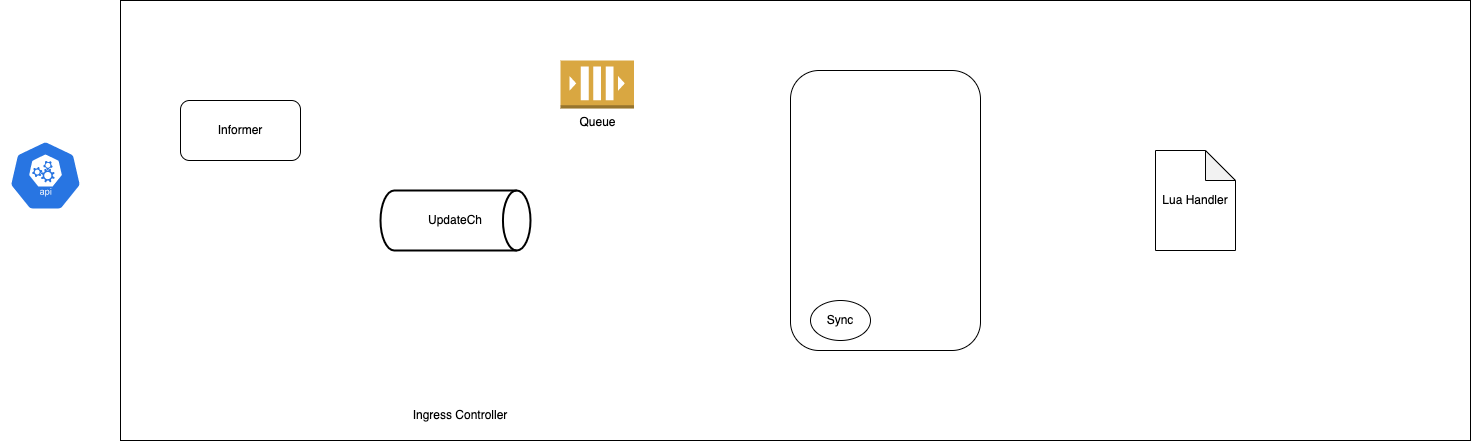
Above: diagrams/ingress-nginx-controller.png in kbsonlong/notes_statics (draw.io), before the change. Source tidied: cells renumbered, new cells last; positions are measured from the earlier drawing's top-left corner, leaving out a move shared by most shapes. The source it was exported from:
```xml
<mxGraphModel>
  <root>
    <mxCell id="0" />
    <mxCell id="1" parent="0" />
    <mxCell id="2" style="rounded=0;whiteSpace=wrap;html=1;" parent="1" vertex="1">
      <mxGeometry x="120" width="1350" height="440" as="geometry" />
    </mxCell>
    <mxCell id="3" style="sketch=0;html=1;dashed=0;whitespace=wrap;fillColor=#2875E2;strokeColor=#ffffff;shape=mxgraph.kubernetes.icon;prIcon=api;" parent="1" vertex="1">
      <mxGeometry y="140" width="90" height="70" as="geometry" />
    </mxCell>
    <mxCell id="4" value="Ingress Controller" style="text;html=1;strokeColor=none;fillColor=none;align=center;verticalAlign=middle;whiteSpace=wrap;rounded=0;" parent="1" vertex="1">
      <mxGeometry x="400" y="400" width="120" height="30" as="geometry" />
    </mxCell>
    <mxCell id="5" value="Informer" style="rounded=1;whiteSpace=wrap;html=1;" parent="1" vertex="1">
      <mxGeometry x="180" y="100" width="120" height="60" as="geometry" />
    </mxCell>
    <mxCell id="6" value="UpdateCh" style="strokeWidth=2;html=1;shape=mxgraph.flowchart.direct_data;whiteSpace=wrap;" parent="1" vertex="1">
      <mxGeometry x="380" y="190" width="150" height="60" as="geometry" />
    </mxCell>
    <mxCell id="7" value="Queue" style="outlineConnect=0;dashed=0;verticalLabelPosition=bottom;verticalAlign=top;align=center;html=1;shape=mxgraph.aws3.queue;fillColor=#D9A741;gradientColor=none;" parent="1" vertex="1">
      <mxGeometry x="560" y="60" width="73.5" height="48" as="geometry" />
    </mxCell>
    <mxCell id="8" style="rounded=1;whiteSpace=wrap;html=1;" parent="1" vertex="1">
      <mxGeometry x="790" y="70" width="190" height="280" as="geometry" />
    </mxCell>
    <mxCell id="9" value="Sync" style="ellipse;whiteSpace=wrap;html=1;" parent="1" vertex="1">
      <mxGeometry x="810" y="300" width="60" height="40" as="geometry" />
    </mxCell>
    <mxCell id="10" value="Lua Handler" style="shape=note;whiteSpace=wrap;html=1;backgroundOutline=1;darkOpacity=0.05;" parent="1" vertex="1">
      <mxGeometry x="1155" y="150" width="80" height="100" as="geometry" />
    </mxCell>
  </root>
</mxGraphModel>
```
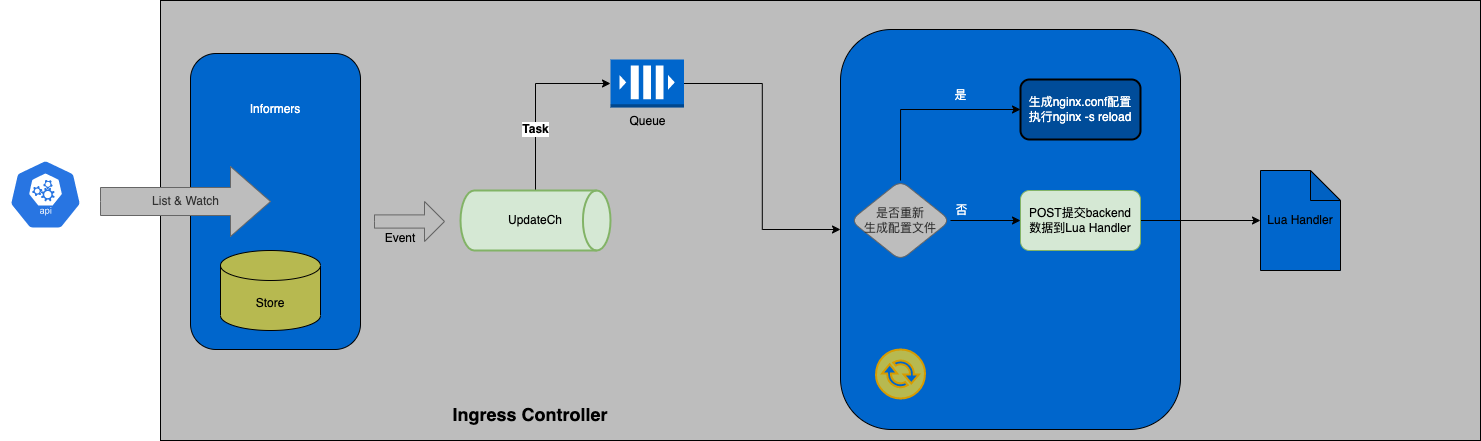
The same diagram one commit later.

The edit, as a diff of the source:
```diff
@@ -2,32 +2,81 @@
   <root>
     <mxCell id="0" />
     <mxCell id="1" parent="0" />
-    <mxCell id="2" style="rounded=0;whiteSpace=wrap;html=1;" parent="1" vertex="1">
-      <mxGeometry x="120" width="1350" height="440" as="geometry" />
+    <mxCell id="2" style="rounded=0;whiteSpace=wrap;html=1;fillColor=#BDBDBD;" parent="1" vertex="1">
+      <mxGeometry x="110" y="1" width="1320" height="440" as="geometry" />
     </mxCell>
     <mxCell id="3" style="sketch=0;html=1;dashed=0;whitespace=wrap;fillColor=#2875E2;strokeColor=#ffffff;shape=mxgraph.kubernetes.icon;prIcon=api;" parent="1" vertex="1">
-      <mxGeometry y="140" width="90" height="70" as="geometry" />
+      <mxGeometry x="-50" y="160" width="90" height="70" as="geometry" />
     </mxCell>
-    <mxCell id="4" value="Ingress Controller" style="text;html=1;strokeColor=none;fillColor=none;align=center;verticalAlign=middle;whiteSpace=wrap;rounded=0;" parent="1" vertex="1">
-      <mxGeometry x="400" y="400" width="120" height="30" as="geometry" />
+    <mxCell id="4" value="&lt;b&gt;&lt;font style=&quot;font-size: 18px;&quot;&gt;Ingress Controller&lt;/font&gt;&lt;/b&gt;" style="text;html=1;strokeColor=none;fillColor=none;align=center;verticalAlign=middle;whiteSpace=wrap;rounded=0;" parent="1" vertex="1">
+      <mxGeometry x="400" y="400" width="160" height="30" as="geometry" />
     </mxCell>
-    <mxCell id="5" value="Informer" style="rounded=1;whiteSpace=wrap;html=1;" parent="1" vertex="1">
-      <mxGeometry x="180" y="100" width="120" height="60" as="geometry" />
+    <mxCell id="5" style="rounded=1;whiteSpace=wrap;html=1;fillColor=#0066CC;" parent="1" vertex="1">
+      <mxGeometry x="140" y="54" width="170" height="296" as="geometry" />
     </mxCell>
+    <mxCell id="11" value="&lt;b&gt;Task&lt;/b&gt;" style="edgeStyle=orthogonalEdgeStyle;rounded=0;jettySize=auto;html=1;entryX=0;entryY=0.5;entryDx=0;entryDy=0;entryPerimeter=0;fontColor=#000000;" parent="1" edge="1" source="6" target="7">
+      <mxGeometry x="-0.33" relative="1" as="geometry" />
+    </mxCell>
-    <mxCell id="6" value="UpdateCh" style="strokeWidth=2;html=1;shape=mxgraph.flowchart.direct_data;whiteSpace=wrap;" parent="1" vertex="1">
-      <mxGeometry x="380" y="190" width="150" height="60" as="geometry" />
+    <mxCell id="6" value="UpdateCh" style="strokeWidth=2;html=1;shape=mxgraph.flowchart.direct_data;whiteSpace=wrap;fillColor=#d5e8d4;strokeColor=#82b366;" parent="1" vertex="1">
+      <mxGeometry x="410" y="191" width="150" height="60" as="geometry" />
     </mxCell>
+    <mxCell id="12" style="edgeStyle=orthogonalEdgeStyle;rounded=0;jettySize=auto;html=1;entryX=0;entryY=0.5;entryDx=0;entryDy=0;fontSize=18;fontColor=#000000;" parent="1" edge="1" source="7" target="8">
+      <mxGeometry relative="1" as="geometry" />
+    </mxCell>
-    <mxCell id="7" value="Queue" style="outlineConnect=0;dashed=0;verticalLabelPosition=bottom;verticalAlign=top;align=center;html=1;shape=mxgraph.aws3.queue;fillColor=#D9A741;gradientColor=none;" parent="1" vertex="1">
+    <mxCell id="7" value="Queue" style="outlineConnect=0;dashed=0;verticalLabelPosition=bottom;verticalAlign=top;align=center;html=1;shape=mxgraph.aws3.queue;fillColor=#0066CC;strokeColor=#6c8ebf;" parent="1" vertex="1">
       <mxGeometry x="560" y="60" width="73.5" height="48" as="geometry" />
     </mxCell>
-    <mxCell id="8" style="rounded=1;whiteSpace=wrap;html=1;" parent="1" vertex="1">
-      <mxGeometry x="790" y="70" width="190" height="280" as="geometry" />
+    <mxCell id="8" style="rounded=1;whiteSpace=wrap;html=1;fillColor=#0066CC;shadow=0;strokeColor=default;" parent="1" vertex="1">
+      <mxGeometry x="790" y="30" width="340" height="400" as="geometry" />
     </mxCell>
-    <mxCell id="9" value="Sync" style="ellipse;whiteSpace=wrap;html=1;" parent="1" vertex="1">
-      <mxGeometry x="810" y="300" width="60" height="40" as="geometry" />
-    </mxCell>
-    <mxCell id="10" value="Lua Handler" style="shape=note;whiteSpace=wrap;html=1;backgroundOutline=1;darkOpacity=0.05;" parent="1" vertex="1">
-      <mxGeometry x="1155" y="150" width="80" height="100" as="geometry" />
+    <mxCell id="10" value="Lua Handler" style="shape=note;whiteSpace=wrap;html=1;backgroundOutline=1;darkOpacity=0.05;fillColor=#0066CC;" parent="1" vertex="1">
+      <mxGeometry x="1210" y="171" width="80" height="100" as="geometry" />
     </mxCell>
+    <mxCell id="13" style="edgeStyle=orthogonalEdgeStyle;rounded=0;jettySize=auto;html=1;" parent="1" edge="1" source="17" target="19">
+      <mxGeometry relative="1" as="geometry" />
+    </mxCell>
+    <mxCell id="14" value="否" style="edgeLabel;html=1;align=center;verticalAlign=middle;labelBackgroundColor=none;fontColor=#FFFFFF;" parent="13" vertex="1">
+      <mxGeometry x="-0.01" y="-1" relative="1" as="geometry">
+        <mxPoint x="-24" y="-12" as="offset" />
+      </mxGeometry>
+    </mxCell>
+    <mxCell id="15" style="edgeStyle=orthogonalEdgeStyle;rounded=0;jettySize=auto;html=1;exitX=0.5;exitY=0;exitDx=0;exitDy=0;entryX=0;entryY=0.5;entryDx=0;entryDy=0;" parent="1" edge="1" source="17" target="20">
+      <mxGeometry relative="1" as="geometry" />
+    </mxCell>
+    <mxCell id="16" value="是" style="edgeLabel;html=1;align=center;verticalAlign=middle;labelBackgroundColor=none;fontColor=#FFFFFF;" parent="15" vertex="1">
+      <mxGeometry x="-0.05" relative="1" as="geometry">
+        <mxPoint x="40" y="-15" as="offset" />
+      </mxGeometry>
+    </mxCell>
+    <mxCell id="17" value="是否重新&lt;br&gt;生成配置文件" style="rhombus;whiteSpace=wrap;html=1;rounded=1;fillColor=#BDBDBD;strokeColor=#666666;fontColor=#333333;" parent="1" vertex="1">
+      <mxGeometry x="800" y="181" width="100" height="80" as="geometry" />
+    </mxCell>
+    <mxCell id="18" style="edgeStyle=orthogonalEdgeStyle;rounded=0;jettySize=auto;html=1;" parent="1" edge="1" source="19" target="10">
+      <mxGeometry relative="1" as="geometry" />
+    </mxCell>
+    <mxCell id="19" value="POST提交backend&lt;br&gt;数据到Lua Handler" style="whiteSpace=wrap;html=1;fillColor=#d5e8d4;strokeColor=#82b366;rounded=1;" parent="1" vertex="1">
+      <mxGeometry x="970" y="191" width="120" height="60" as="geometry" />
+    </mxCell>
+    <mxCell id="20" value="&lt;font color=&quot;#ffffff&quot;&gt;生成nginx.conf配置&lt;br&gt;执行nginx -s reload&lt;/font&gt;" style="whiteSpace=wrap;html=1;fillColor=#004C99;rounded=1;strokeWidth=2;" parent="1" vertex="1">
+      <mxGeometry x="970" y="80" width="120" height="60" as="geometry" />
+    </mxCell>
+    <mxCell id="21" value="Store" style="shape=cylinder3;whiteSpace=wrap;html=1;boundedLbl=1;backgroundOutline=1;size=15;fillColor=#B7B950;" parent="1" vertex="1">
+      <mxGeometry x="170" y="251" width="100" height="80" as="geometry" />
+    </mxCell>
+    <mxCell id="22" value="&lt;font color=&quot;#ffffff&quot;&gt;Informers&lt;/font&gt;" style="text;html=1;strokeColor=none;fillColor=none;align=center;verticalAlign=middle;whiteSpace=wrap;rounded=0;" parent="1" vertex="1">
+      <mxGeometry x="195" y="95" width="60" height="30" as="geometry" />
+    </mxCell>
+    <mxCell id="23" value="List &amp;amp; Watch" style="html=1;shadow=0;dashed=0;align=center;verticalAlign=middle;shape=mxgraph.arrows2.arrow;dy=0.6;dx=40;notch=0;fillColor=#BDBDBD;fontColor=#333333;strokeColor=#666666;" parent="1" vertex="1">
+      <mxGeometry x="50" y="167" width="170" height="70" as="geometry" />
+    </mxCell>
+    <mxCell id="24" style="html=1;shadow=0;dashed=0;align=center;verticalAlign=middle;shape=mxgraph.arrows2.arrow;dy=0.67;dx=20;notch=0;fillColor=#BDBDBD;fontColor=#333333;strokeColor=#666666;" parent="1" vertex="1">
+      <mxGeometry x="324" y="202" width="70" height="40" as="geometry" />
+    </mxCell>
+    <mxCell id="25" value="Event" style="text;html=1;strokeColor=none;fillColor=none;align=center;verticalAlign=middle;whiteSpace=wrap;rounded=0;" parent="1" vertex="1">
+      <mxGeometry x="320" y="224" width="60" height="30" as="geometry" />
+    </mxCell>
+    <mxCell id="26" style="sketch=0;shadow=0;dashed=0;html=1;strokeColor=#d79b00;fillColor=#B7B950;labelPosition=center;verticalLabelPosition=bottom;verticalAlign=top;align=center;shape=mxgraph.office.communications.exchange_active_sync;strokeWidth=2;fontSize=18;" parent="1" vertex="1">
+      <mxGeometry x="825.5" y="350" width="49" height="49" as="geometry" />
+    </mxCell>
   </root>
 </mxGraphModel>
```
